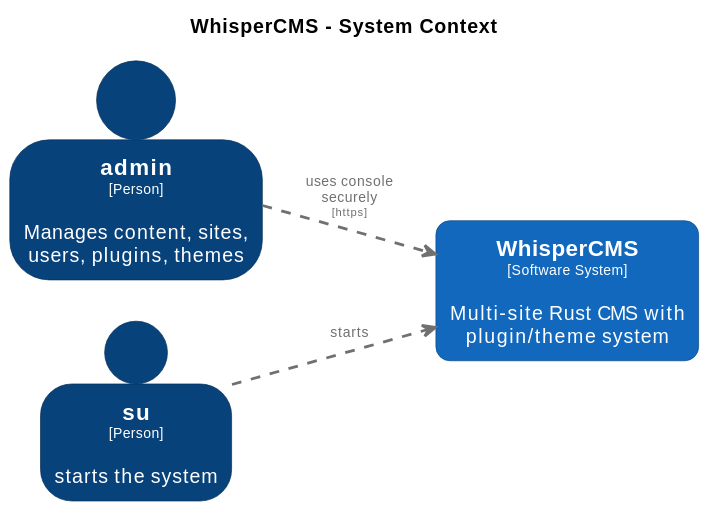
This is docs/diagrams/structurizr-WhisperCMS-Context.svg from CoderByBlood/whisper-cms, a PlantUML export, as it was before one commit. Source of this version:
```plantuml
@startuml
set separator none
title WhisperCMS - System Context

left to right direction
skinparam ranksep 60
skinparam nodesep 30

skinparam {
  arrowFontSize 10
  defaultTextAlignment center
  wrapWidth 200
  maxMessageSize 100
}

hide stereotype

skinparam rectangle<<WhisperCMS>> {
  BackgroundColor #1168bd
  FontColor #ffffff
  BorderColor #0b4884
  roundCorner 20
  shadowing false
}
skinparam person<<admin>> {
  BackgroundColor #08427b
  FontColor #ffffff
  BorderColor #052e56
  shadowing false
}
skinparam person<<su>> {
  BackgroundColor #08427b
  FontColor #ffffff
  BorderColor #052e56
  shadowing false
}

person "==admin\n<size:10>[Person]</size>\n\nManages content, sites, users, plugins, themes" <<admin>> as admin
person "==su\n<size:10>[Person]</size>\n\nstarts the system" <<su>> as su
rectangle "==WhisperCMS\n<size:10>[Software System]</size>\n\nMulti-site Rust CMS with plugin/theme system" <<WhisperCMS>> as WhisperCMS

su .[#707070,thickness=2].> WhisperCMS : "<color:#707070>starts"
admin .[#707070,thickness=2].> WhisperCMS : "<color:#707070>uses console securely\n<color:#707070><size:8>[https]</size>"
@enduml
```
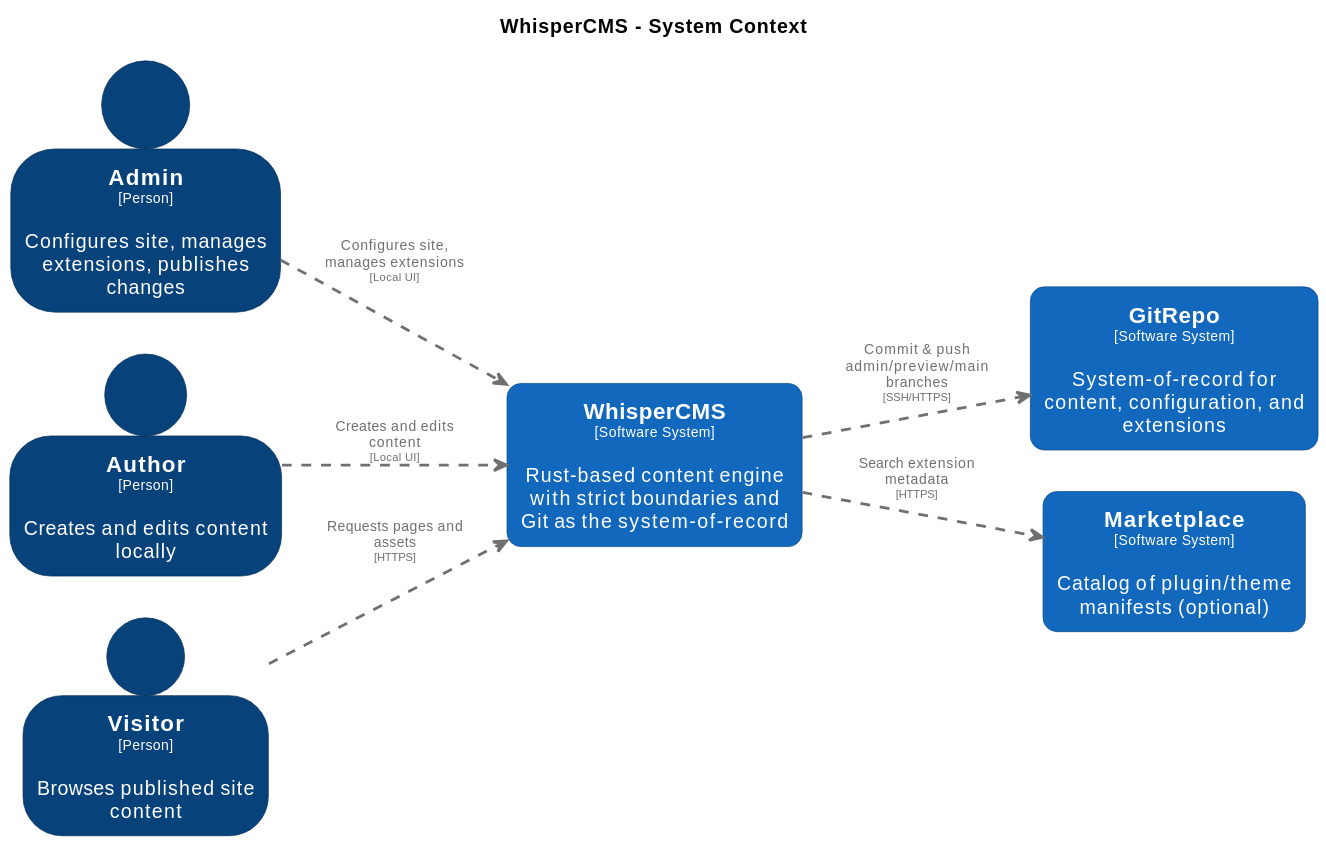
The same file after the commit.

What changed in the source:
```diff
@@ -15,6 +15,38 @@
 
 hide stereotype
 
+skinparam person<<Admin>> {
+  BackgroundColor #08427b
+  FontColor #ffffff
+  BorderColor #052e56
+  shadowing false
+}
+skinparam person<<Author>> {
+  BackgroundColor #08427b
+  FontColor #ffffff
+  BorderColor #052e56
+  shadowing false
+}
+skinparam rectangle<<GitRepo>> {
+  BackgroundColor #1168bd
+  FontColor #ffffff
+  BorderColor #0b4884
+  roundCorner 20
+  shadowing false
+}
+skinparam rectangle<<Marketplace>> {
+  BackgroundColor #1168bd
+  FontColor #ffffff
+  BorderColor #0b4884
+  roundCorner 20
+  shadowing false
+}
+skinparam person<<Visitor>> {
+  BackgroundColor #08427b
+  FontColor #ffffff
+  BorderColor #052e56
+  shadowing false
+}
 skinparam rectangle<<WhisperCMS>> {
   BackgroundColor #1168bd
   FontColor #ffffff
@@ -22,23 +54,17 @@
   roundCorner 20
   shadowing false
 }
-skinparam person<<admin>> {
-  BackgroundColor #08427b
-  FontColor #ffffff
-  BorderColor #052e56
-  shadowing false
-}
-skinparam person<<su>> {
-  BackgroundColor #08427b
-  FontColor #ffffff
-  BorderColor #052e56
-  shadowing false
-}
 
-person "==admin\n<size:10>[Person]</size>\n\nManages content, sites, users, plugins, themes" <<admin>> as admin
-person "==su\n<size:10>[Person]</size>\n\nstarts the system" <<su>> as su
-rectangle "==WhisperCMS\n<size:10>[Software System]</size>\n\nMulti-site Rust CMS with plugin/theme system" <<WhisperCMS>> as WhisperCMS
+person "==Admin\n<size:10>[Person]</size>\n\nConfigures site, manages extensions, publishes changes" <<Admin>> as Admin
+person "==Author\n<size:10>[Person]</size>\n\nCreates and edits content locally" <<Author>> as Author
+person "==Visitor\n<size:10>[Person]</size>\n\nBrowses published site content" <<Visitor>> as Visitor
+rectangle "==GitRepo\n<size:10>[Software System]</size>\n\nSystem-of-record for content, configuration, and extensions" <<GitRepo>> as GitRepo
+rectangle "==Marketplace\n<size:10>[Software System]</size>\n\nCatalog of plugin/theme manifests (optional)" <<Marketplace>> as Marketplace
+rectangle "==WhisperCMS\n<size:10>[Software System]</size>\n\nRust-based content engine with strict boundaries and Git as the system-of-record" <<WhisperCMS>> as WhisperCMS
 
-su .[#707070,thickness=2].> WhisperCMS : "<color:#707070>starts"
-admin .[#707070,thickness=2].> WhisperCMS : "<color:#707070>uses console securely\n<color:#707070><size:8>[https]</size>"
+Admin .[#707070,thickness=2].> WhisperCMS : "<color:#707070>Configures site, manages extensions\n<color:#707070><size:8>[Local UI]</size>"
+Author .[#707070,thickness=2].> WhisperCMS : "<color:#707070>Creates and edits content\n<color:#707070><size:8>[Local UI]</size>"
+Visitor .[#707070,thickness=2].> WhisperCMS : "<color:#707070>Requests pages and assets\n<color:#707070><size:8>[HTTPS]</size>"
+WhisperCMS .[#707070,thickness=2].> GitRepo : "<color:#707070>Commit & push admin/preview/main branches\n<color:#707070><size:8>[SSH/HTTPS]</size>"
+WhisperCMS .[#707070,thickness=2].> Marketplace : "<color:#707070>Search extension metadata\n<color:#707070><size:8>[HTTPS]</size>"
 @enduml
```
